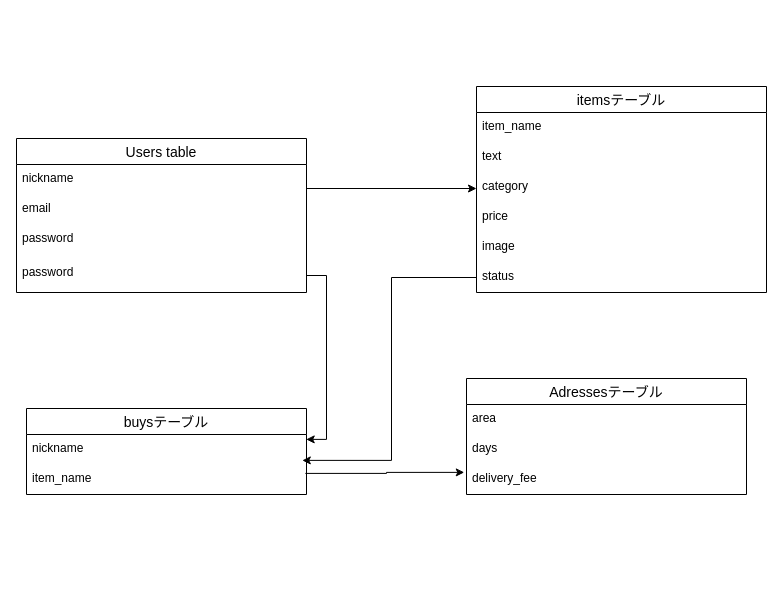
This is furima-34571.dio from toi0214/furima-34571, a draw.io file, before an edit. Source tidied: cells renumbered, new cells numbered last; positions are measured from the earlier drawing's top-left corner, leaving out a move shared by most shapes. Both pictures are drawn from the tidied source at 100%, with x=0, y=0 at pixel (16, 86).
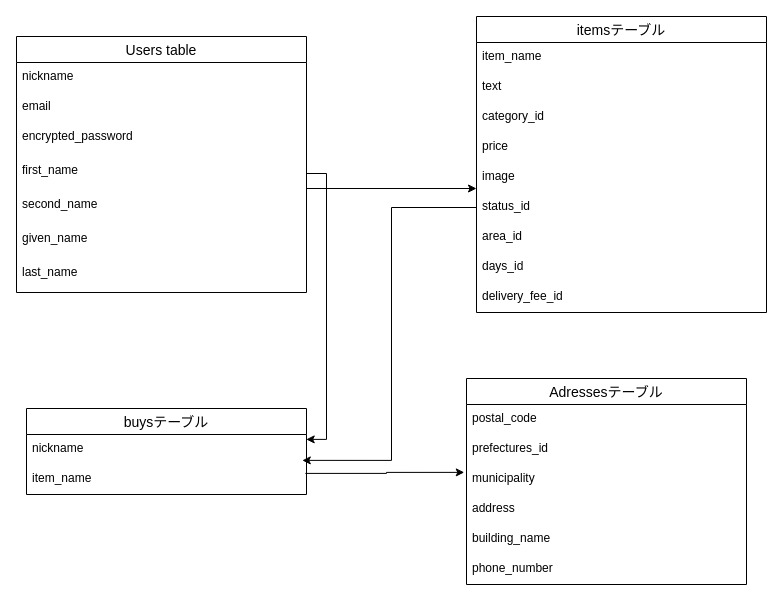
The same diagram, later.

Change to the diagram source:
```diff
@@
     <mxCell id="2" value="Users table" style="swimlane;fontStyle=0;horizontal=1;startSize=26;align=center;fontSize=14;" parent="1" vertex="1">
-      <mxGeometry y="52" width="290" height="154" as="geometry" />
+      <mxGeometry y="-50" width="290" height="256" as="geometry" />
     </mxCell>
@@
-    <mxCell id="5" value="password" style="text;strokeColor=none;fillColor=none;spacingLeft=4;spacingRight=4;overflow=hidden;fontSize=12;" parent="2" vertex="1">
+    <mxCell id="5" value="encrypted_password" style="text;strokeColor=none;fillColor=none;spacingLeft=4;spacingRight=4;overflow=hidden;fontSize=12;" parent="2" vertex="1">
       <mxGeometry y="86" width="290" height="34" as="geometry" />
     </mxCell>
-    <mxCell id="6" value="password" style="text;strokeColor=none;fillColor=none;spacingLeft=4;spacingRight=4;overflow=hidden;points=[[0,0.5],[1,0.5]];portConstraint=eastwest;fontSize=12;" parent="2" vertex="1">
+    <mxCell id="6" value="first_name" style="text;strokeColor=none;fillColor=none;spacingLeft=4;spacingRight=4;overflow=hidden;points=[[0,0.5],[1,0.5]];portConstraint=eastwest;fontSize=12;" parent="2" vertex="1">
       <mxGeometry y="120" width="290" height="34" as="geometry" />
     </mxCell>
+    <mxCell id="25" value="second_name" style="text;strokeColor=none;fillColor=none;spacingLeft=4;spacingRight=4;overflow=hidden;fontSize=12;" parent="2" vertex="1">
+      <mxGeometry y="154" width="290" height="34" as="geometry" />
+    </mxCell>
+    <mxCell id="26" value="given_name" style="text;strokeColor=none;fillColor=none;spacingLeft=4;spacingRight=4;overflow=hidden;fontSize=12;" parent="2" vertex="1">
+      <mxGeometry y="188" width="290" height="34" as="geometry" />
+    </mxCell>
+    <mxCell id="27" value="last_name" style="text;strokeColor=none;fillColor=none;spacingLeft=4;spacingRight=4;overflow=hidden;fontSize=12;" parent="2" vertex="1">
+      <mxGeometry y="222" width="290" height="34" as="geometry" />
+    </mxCell>
     <mxCell id="7" value="itemsテーブル" style="swimlane;fontStyle=0;horizontal=1;startSize=26;align=center;fontSize=14;" parent="1" vertex="1">
-      <mxGeometry x="460" width="290" height="206" as="geometry" />
+      <mxGeometry x="460" y="-70" width="290" height="296" as="geometry" />
     </mxCell>
@@
-    <mxCell id="10" value="category" style="text;strokeColor=none;fillColor=none;spacingLeft=4;spacingRight=4;overflow=hidden;fontSize=12;" parent="7" vertex="1">
+    <mxCell id="10" value="category_id" style="text;strokeColor=none;fillColor=none;spacingLeft=4;spacingRight=4;overflow=hidden;fontSize=12;" parent="7" vertex="1">
       <mxGeometry y="86" width="290" height="30" as="geometry" />
     </mxCell>
@@
-    <mxCell id="13" value="status" style="text;strokeColor=none;fillColor=none;spacingLeft=4;spacingRight=4;overflow=hidden;points=[[0,0.5],[1,0.5]];portConstraint=eastwest;fontSize=12;" parent="7" vertex="1">
+    <mxCell id="13" value="status_id" style="text;strokeColor=none;fillColor=none;spacingLeft=4;spacingRight=4;overflow=hidden;points=[[0,0.5],[1,0.5]];portConstraint=eastwest;fontSize=12;" parent="7" vertex="1">
       <mxGeometry y="176" width="290" height="30" as="geometry" />
     </mxCell>
+    <mxCell id="28" value="area_id" style="text;strokeColor=none;fillColor=none;spacingLeft=4;spacingRight=4;overflow=hidden;fontSize=12;" parent="7" vertex="1">
+      <mxGeometry y="206" width="290" height="30" as="geometry" />
+    </mxCell>
+    <mxCell id="29" value="days_id" style="text;strokeColor=none;fillColor=none;spacingLeft=4;spacingRight=4;overflow=hidden;fontSize=12;" parent="7" vertex="1">
+      <mxGeometry y="236" width="290" height="30" as="geometry" />
+    </mxCell>
+    <mxCell id="30" value="delivery_fee_id" style="text;strokeColor=none;fillColor=none;spacingLeft=4;spacingRight=4;overflow=hidden;fontSize=12;" parent="7" vertex="1">
+      <mxGeometry y="266" width="290" height="30" as="geometry" />
+    </mxCell>
@@
     <mxCell id="18" value="Adressesテーブル" style="swimlane;fontStyle=0;horizontal=1;startSize=26;align=center;fontSize=14;" parent="1" vertex="1">
-      <mxGeometry x="450" y="292" width="280" height="116" as="geometry" />
+      <mxGeometry x="450" y="292" width="280" height="206" as="geometry" />
     </mxCell>
-    <mxCell id="19" value="area" style="text;strokeColor=none;fillColor=none;spacingLeft=4;spacingRight=4;overflow=hidden;fontSize=12;" parent="18" vertex="1">
+    <mxCell id="19" value="postal_code" style="text;strokeColor=none;fillColor=none;spacingLeft=4;spacingRight=4;overflow=hidden;fontSize=12;" parent="18" vertex="1">
       <mxGeometry y="26" width="280" height="30" as="geometry" />
     </mxCell>
-    <mxCell id="20" value="days" style="text;strokeColor=none;fillColor=none;spacingLeft=4;spacingRight=4;overflow=hidden;fontSize=12;" parent="18" vertex="1">
+    <mxCell id="20" value="prefectures_id" style="text;strokeColor=none;fillColor=none;spacingLeft=4;spacingRight=4;overflow=hidden;fontSize=12;" parent="18" vertex="1">
       <mxGeometry y="56" width="280" height="30" as="geometry" />
     </mxCell>
-    <mxCell id="21" value="delivery_fee" style="text;strokeColor=none;fillColor=none;spacingLeft=4;spacingRight=4;overflow=hidden;points=[[0,0.5],[1,0.5]];portConstraint=eastwest;fontSize=12;" parent="18" vertex="1">
+    <mxCell id="21" value="municipality" style="text;strokeColor=none;fillColor=none;spacingLeft=4;spacingRight=4;overflow=hidden;points=[[0,0.5],[1,0.5]];portConstraint=eastwest;fontSize=12;" parent="18" vertex="1">
       <mxGeometry y="86" width="280" height="30" as="geometry" />
     </mxCell>
+    <mxCell id="31" value="address" style="text;strokeColor=none;fillColor=none;spacingLeft=4;spacingRight=4;overflow=hidden;fontSize=12;" parent="18" vertex="1">
+      <mxGeometry y="116" width="280" height="30" as="geometry" />
+    </mxCell>
+    <mxCell id="32" value="building_name" style="text;strokeColor=none;fillColor=none;spacingLeft=4;spacingRight=4;overflow=hidden;fontSize=12;" parent="18" vertex="1">
+      <mxGeometry y="146" width="280" height="30" as="geometry" />
+    </mxCell>
+    <mxCell id="33" value="phone_number" style="text;strokeColor=none;fillColor=none;spacingLeft=4;spacingRight=4;overflow=hidden;fontSize=12;" parent="18" vertex="1">
+      <mxGeometry y="176" width="280" height="30" as="geometry" />
+    </mxCell>
```
